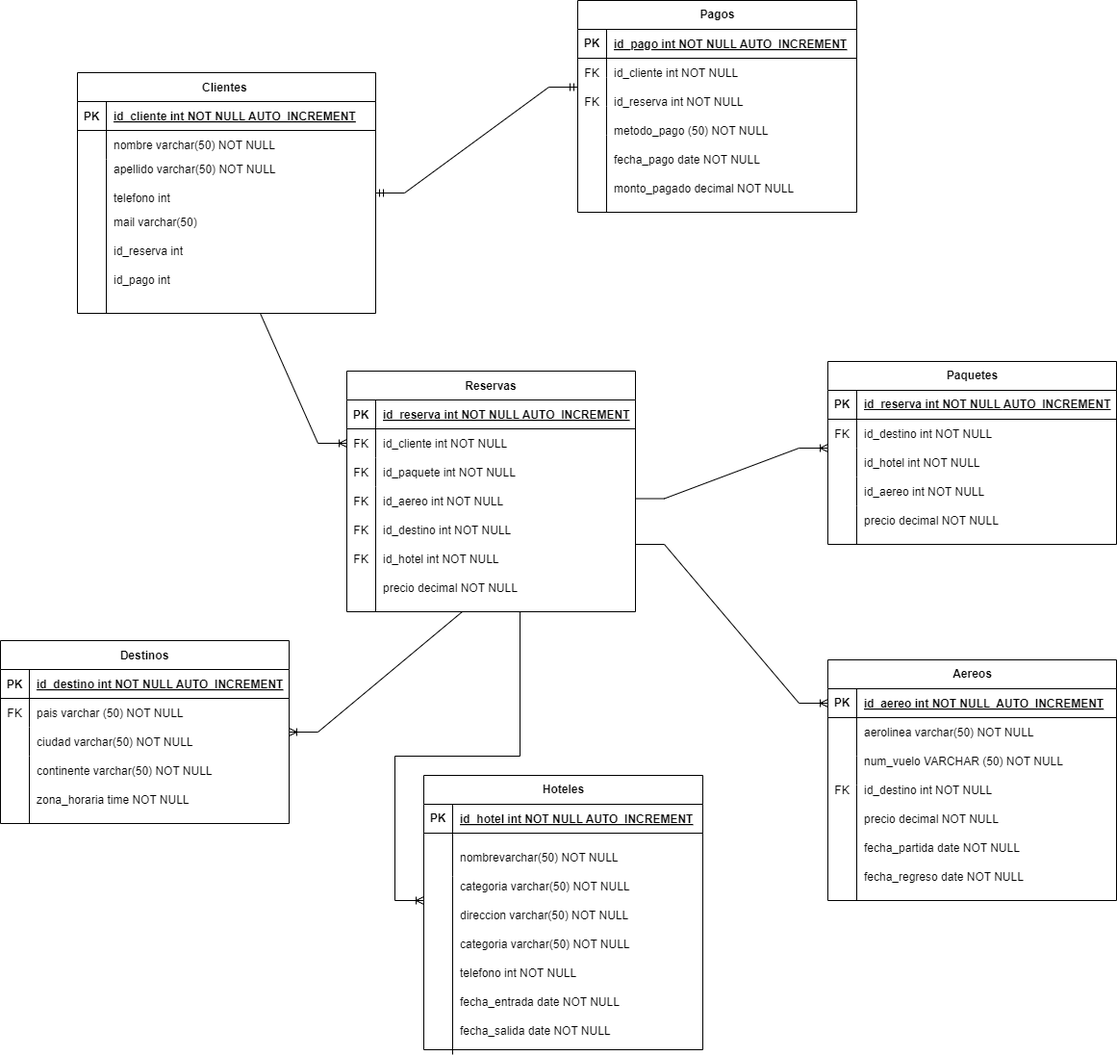
Earlier version of the draw.io export DER AGENVIAJ.png (Julianm510/SQL). Source tidied: cells renumbered, new cells last; positions are measured from the earlier drawing's top-left corner, leaving out a move shared by most shapes.
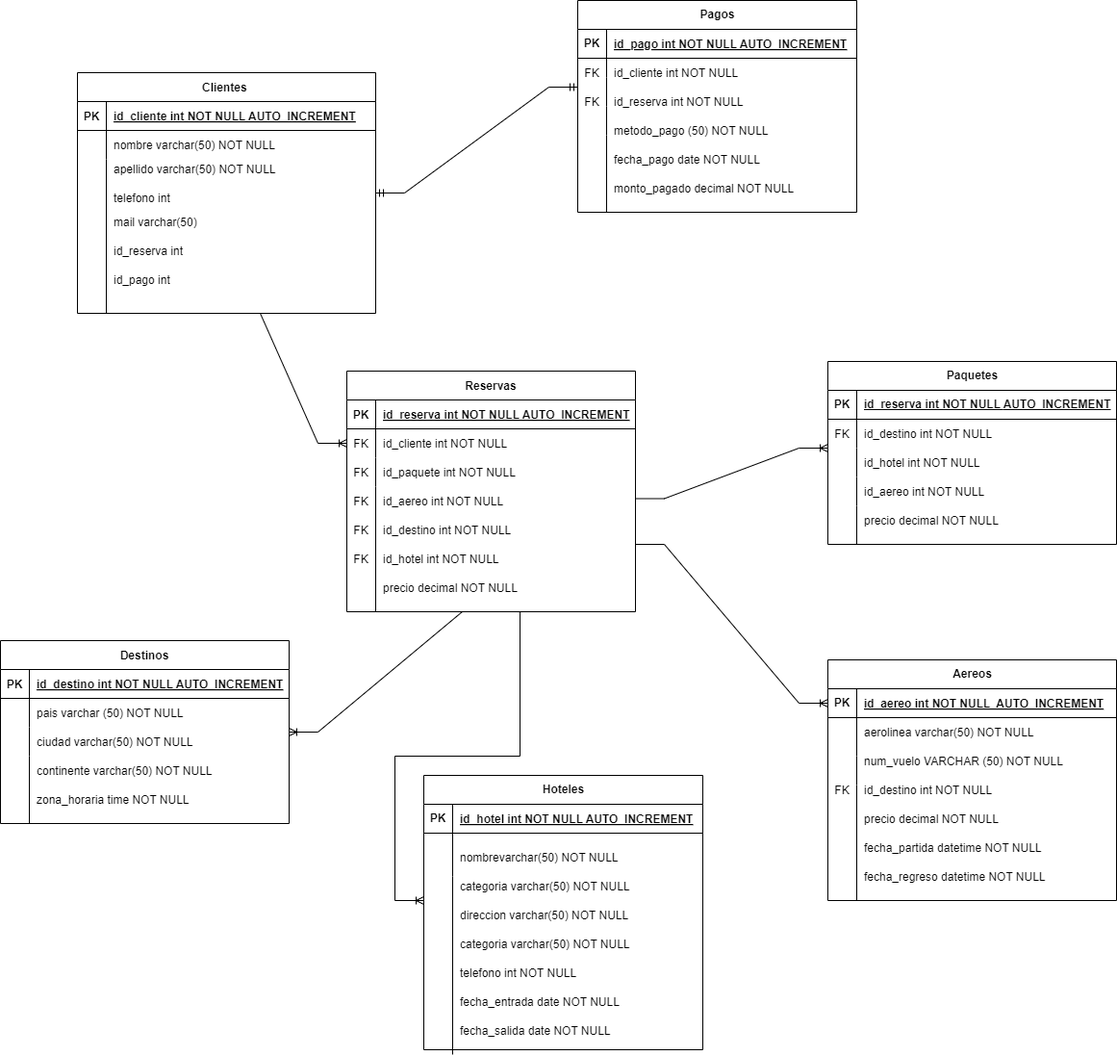
After the change.

Commit message:
img der

What changed in the source:
```diff
@@ -47,7 +47,7 @@
     <mxCell id="16" style="shape=partialRectangle;fillColor=none;top=0;left=0;right=0;bottom=0;" parent="12" vertex="1">
       <mxGeometry y="60" width="300" height="30" as="geometry" />
     </mxCell>
-    <mxCell id="17" value="FK" style="shape=partialRectangle;overflow=hidden;fillColor=none;top=0;left=0;bottom=0;right=0;" parent="16" vertex="1">
+    <mxCell id="17" style="shape=partialRectangle;overflow=hidden;fillColor=none;top=0;left=0;bottom=0;right=0;" parent="16" vertex="1">
       <mxGeometry width="30" height="30" as="geometry" />
     </mxCell>
     <mxCell id="18" value="pais varchar (50) NOT NULL" style="shape=partialRectangle;overflow=hidden;fillColor=none;top=0;left=0;bottom=0;right=0;align=left;spacingLeft=6;" parent="16" vertex="1">
@@ -299,13 +299,13 @@
     <mxCell id="99" value="FK" style="shape=partialRectangle;overflow=hidden;fillColor=none;top=0;left=0;bottom=0;right=0;" parent="1" vertex="1">
       <mxGeometry x="980" y="805" width="30" height="30" as="geometry" />
     </mxCell>
-    <mxCell id="100" value="fecha_partida date NOT NULL" style="shape=partialRectangle;overflow=hidden;fillColor=none;top=0;left=0;bottom=0;right=0;align=left;spacingLeft=6;" parent="1" vertex="1">
+    <mxCell id="100" value="fecha_partida datetime NOT NULL" style="shape=partialRectangle;overflow=hidden;fillColor=none;top=0;left=0;bottom=0;right=0;align=left;spacingLeft=6;" parent="1" vertex="1">
       <mxGeometry x="1010" y="865" width="220" height="30" as="geometry" />
     </mxCell>
     <mxCell id="101" value="precio decimal NOT NULL" style="shape=partialRectangle;overflow=hidden;fillColor=none;top=0;left=0;bottom=0;right=0;align=left;spacingLeft=6;" parent="1" vertex="1">
       <mxGeometry x="1010" y="835" width="220" height="30" as="geometry" />
     </mxCell>
-    <mxCell id="102" value="fecha_regreso date NOT NULL" style="shape=partialRectangle;overflow=hidden;fillColor=none;top=0;left=0;bottom=0;right=0;align=left;spacingLeft=6;" parent="1" vertex="1">
+    <mxCell id="102" value="fecha_regreso datetime NOT NULL" style="shape=partialRectangle;overflow=hidden;fillColor=none;top=0;left=0;bottom=0;right=0;align=left;spacingLeft=6;" parent="1" vertex="1">
       <mxGeometry x="1010" y="895" width="220" height="30" as="geometry" />
     </mxCell>
     <mxCell id="103" style="endArrow=none;html=1;rounded=0;" parent="1" edge="1">
```
